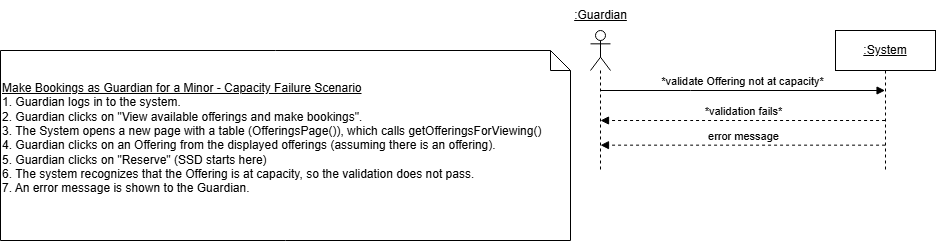
The draw.io diagram Artifacts/System Sequence Diagrams + Operation Contracts/Failure/SSD_Capacity_Failure_Guardian_Makes_Bookings.drawio.png in aleckira/SOEN_342_PROJECT, before a commit. Source tidied: cells renumbered, new cells last; positions are measured from the earlier drawing's top-left corner, leaving out a move shared by most shapes. Its diagram source:
```xml
<mxGraphModel>
  <root>
    <mxCell id="0" />
    <mxCell id="1" parent="0" />
    <mxCell id="2" style="shape=umlLifeline;perimeter=lifelinePerimeter;whiteSpace=wrap;html=1;newEdgeStyle={&quot;curved&quot;:0,&quot;rounded&quot;:0};participant=umlActor;" parent="1" vertex="1">
      <mxGeometry x="590" y="30" width="20" height="140" as="geometry" />
    </mxCell>
    <mxCell id="3" value="&lt;u&gt;:Guardian&lt;/u&gt;" style="text;html=1;align=center;verticalAlign=middle;strokeColor=none;fillColor=none;" parent="1" vertex="1">
      <mxGeometry x="560" width="80" height="30" as="geometry" />
    </mxCell>
    <mxCell id="4" value="&lt;u&gt;:System&lt;/u&gt;" style="shape=umlLifeline;perimeter=lifelinePerimeter;whiteSpace=wrap;html=1;newEdgeStyle={&quot;curved&quot;:0,&quot;rounded&quot;:0};" parent="1" vertex="1">
      <mxGeometry x="835" y="30" width="100" height="140" as="geometry" />
    </mxCell>
    <mxCell id="5" value="&lt;u&gt;Make Bookings as Guardian for a Minor - Capacity Failure Scenario&lt;/u&gt;&lt;div&gt;1. Guardian logs in to the system.&lt;/div&gt;&lt;div&gt;2. Guardian clicks on &quot;View available offerings and make bookings&quot;.&lt;/div&gt;&lt;div&gt;3. The System opens a new page with a table (OfferingsPage()), which calls&amp;nbsp;&lt;span style=&quot;background-color: initial;&quot;&gt;getOfferingsForViewing()&lt;/span&gt;&lt;/div&gt;&lt;div&gt;&lt;span style=&quot;background-color: initial;&quot;&gt;4.&amp;nbsp;&lt;/span&gt;&lt;span style=&quot;background-color: initial;&quot;&gt;Guardian clicks on an Offering from the displayed offerings (assuming there is an offering).&amp;nbsp;&lt;/span&gt;&lt;/div&gt;&lt;div&gt;&lt;span style=&quot;background-color: initial;&quot;&gt;5. Guardian clicks on &quot;Reserve&quot; (SSD starts here)&lt;/span&gt;&lt;/div&gt;&lt;div&gt;&lt;span style=&quot;background-color: initial;&quot;&gt;6. The system recognizes that the Offering is at capacity, so the validation does not pass.&lt;/span&gt;&lt;/div&gt;&lt;div&gt;&lt;span style=&quot;background-color: initial;&quot;&gt;7.&amp;nbsp;&lt;/span&gt;&lt;span style=&quot;background-color: initial;&quot;&gt;An error message is shown to the Guardian.&lt;/span&gt;&lt;/div&gt;&lt;div&gt;&lt;span style=&quot;background-color: initial;&quot;&gt;&lt;br&gt;&lt;/span&gt;&lt;/div&gt;" style="shape=note;size=20;whiteSpace=wrap;html=1;align=left;" parent="1" vertex="1">
      <mxGeometry y="50" width="570" height="190" as="geometry" />
    </mxCell>
    <mxCell id="6" value="*validate Offering not at capacity*" style="html=1;verticalAlign=bottom;endArrow=block;edgeStyle=elbowEdgeStyle;elbow=vertical;curved=0;rounded=0;" parent="1" edge="1">
      <mxGeometry relative="1" as="geometry">
        <mxPoint x="600" y="90" as="sourcePoint" />
        <mxPoint x="884.6" y="90" as="targetPoint" />
        <Array as="points">
          <mxPoint x="690.1" y="90" />
        </Array>
      </mxGeometry>
    </mxCell>
    <mxCell id="7" value="*validation fails*" style="html=1;verticalAlign=bottom;endArrow=block;edgeStyle=elbowEdgeStyle;elbow=vertical;curved=0;rounded=0;dashed=1;" parent="1" edge="1">
      <mxGeometry relative="1" as="geometry">
        <mxPoint x="884.6" y="120" as="sourcePoint" />
        <mxPoint x="600" y="120" as="targetPoint" />
        <Array as="points">
          <mxPoint x="690.1" y="120" />
        </Array>
      </mxGeometry>
    </mxCell>
    <mxCell id="8" value="error message" style="html=1;verticalAlign=bottom;endArrow=block;edgeStyle=elbowEdgeStyle;elbow=vertical;curved=0;rounded=0;dashed=1;" parent="1" edge="1">
      <mxGeometry relative="1" as="geometry">
        <mxPoint x="884.6" y="144.7" as="sourcePoint" />
        <mxPoint x="600" y="144.7" as="targetPoint" />
        <Array as="points">
          <mxPoint x="690.1" y="144.7" />
        </Array>
      </mxGeometry>
    </mxCell>
  </root>
</mxGraphModel>
```
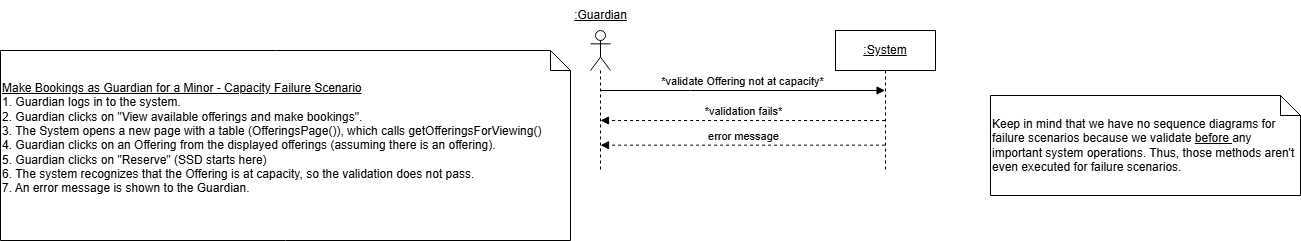
After the change.

Commit message:
refined failure SSDs

What changed in the source:
```diff
@@ -41,5 +41,8 @@
         </Array>
       </mxGeometry>
     </mxCell>
+    <mxCell id="9" value="Keep in mind that we have no sequence diagrams for failure scenarios because we validate &lt;u&gt;before &lt;/u&gt;any important system operations. Thus, those methods aren't even executed for failure scenarios." style="shape=note;size=20;whiteSpace=wrap;html=1;align=left;" parent="1" vertex="1">
+      <mxGeometry x="990" y="95" width="310" height="100" as="geometry" />
+    </mxCell>
   </root>
 </mxGraphModel>
```
